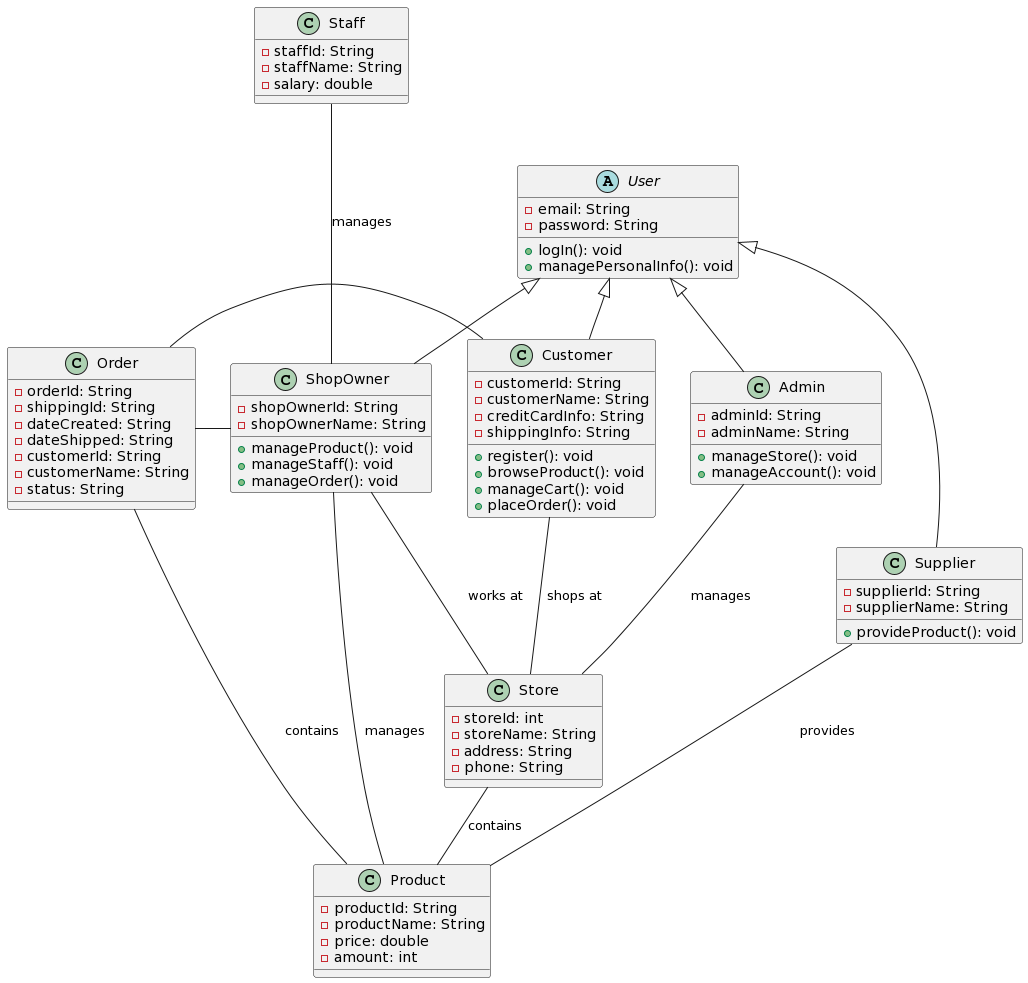
This is Lab 1/Lab 1.2/class_diagram/class.png from phamnhutdanh/SE357-Pratice-class, a PlantUML export, as it was before one commit. Its diagram source:
```plantuml
@startuml

User <|-d- Customer
User <|-d- ShopOwner
User <|-d- Admin
User <|-d- Supplier

Staff --- ShopOwner: manages

Store -- Product: contains
Supplier -- Product: provides
ShopOwner -- Product: manages
Order -r- Product: contains
Order -r- Customer
Order -r- ShopOwner

Customer -- Store: shops at
ShopOwner -- Store: works at
Admin -- Store: manages


class Store {
  - storeId: int
  - storeName: String
  - address: String
  - phone: String
}

class Product {
  - productId: String
  - productName: String
  - price: double
  - amount: int
}

class Order {
  - orderId: String
  - shippingId: String
  - dateCreated: String
  - dateShipped: String
  - customerId: String
  - customerName: String
  - status: String
}

abstract class User {
  - email: String
  - password: String
  + logIn(): void
  + managePersonalInfo(): void
}

class Customer {
  - customerId: String
  - customerName: String
  - creditCardInfo: String
  - shippingInfo: String
  + register(): void
  + browseProduct(): void
  + manageCart(): void
  + placeOrder(): void
}

class ShopOwner {
  - shopOwnerId: String
  - shopOwnerName: String
  + manageProduct(): void
  + manageStaff(): void
  + manageOrder(): void
}

class Admin {
  - adminId: String
  - adminName: String
  + manageStore(): void
  + manageAccount(): void
}

class Supplier {
  - supplierId: String
  - supplierName: String
  + provideProduct(): void
}

class Staff {
  - staffId: String
  - staffName: String
  - salary: double
}
@enduml
```
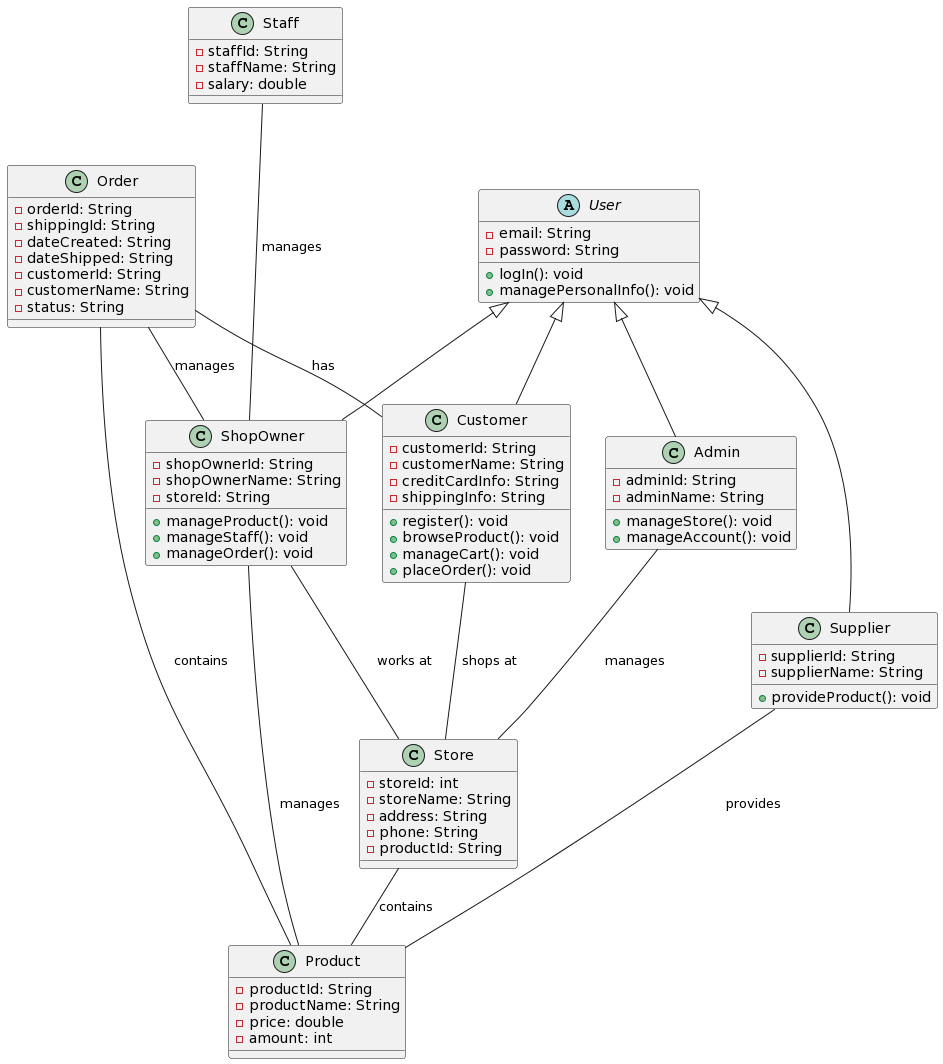
After the change.

Commit message:
fix class prop, seq ban acc, req linkage

Diff of the diagram source:
```diff
@@ -11,19 +11,19 @@
 Supplier -- Product: provides
 ShopOwner -- Product: manages
 Order -r- Product: contains
-Order -r- Customer
-Order -r- ShopOwner
+Order -- Customer: has
+Order -- ShopOwner: manages
 
 Customer -- Store: shops at
 ShopOwner -- Store: works at
 Admin -- Store: manages
-
 
 class Store {
   - storeId: int
   - storeName: String
   - address: String
   - phone: String
+  - productId: String
 }
 
 class Product {
@@ -64,6 +64,7 @@
 class ShopOwner {
   - shopOwnerId: String
   - shopOwnerName: String
+  - storeId: String
   + manageProduct(): void
   + manageStaff(): void
   + manageOrder(): void
```
